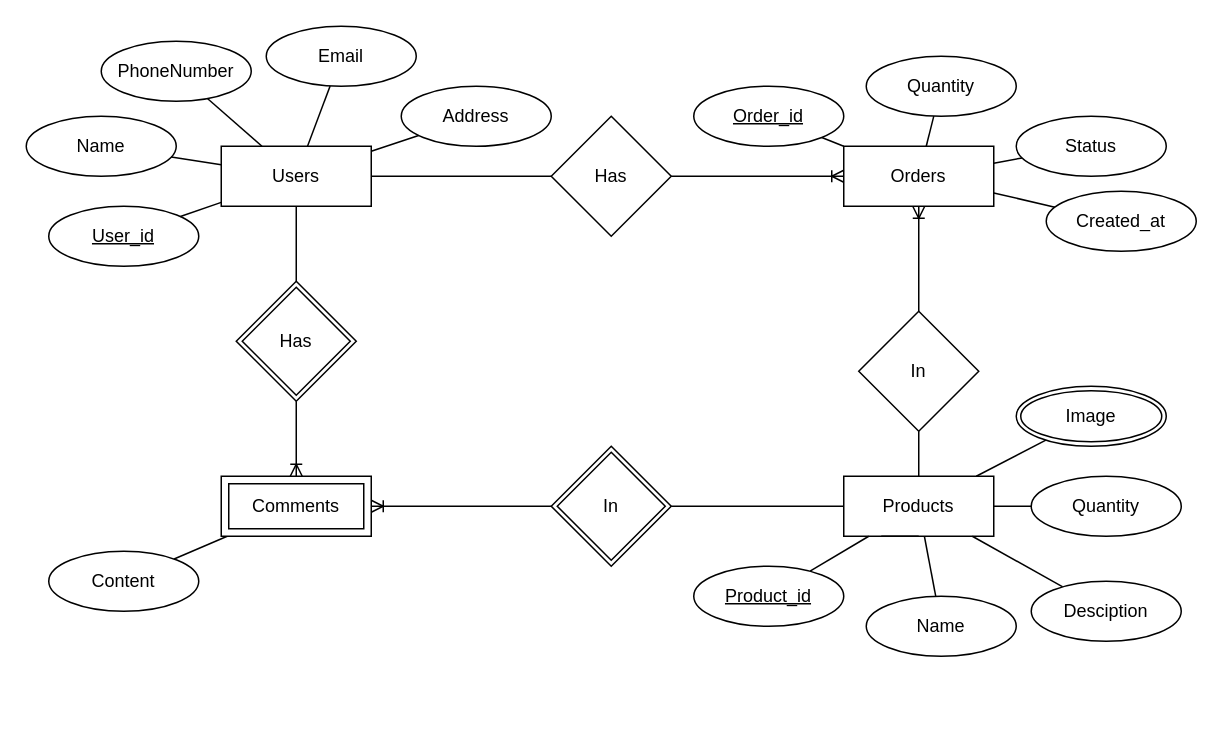
Above: page "er-cách gốc" (1 of 4) of Untitled Diagram.drawio in nguyenson66/smart_phone (draw.io), before the change. Source tidied: cells renumbered, new cells numbered last; positions are measured from the earlier drawing's top-left corner, leaving out a move shared by most shapes. Both pictures are drawn from the tidied source at 150%, with x=0, y=0 at pixel (26, 26).
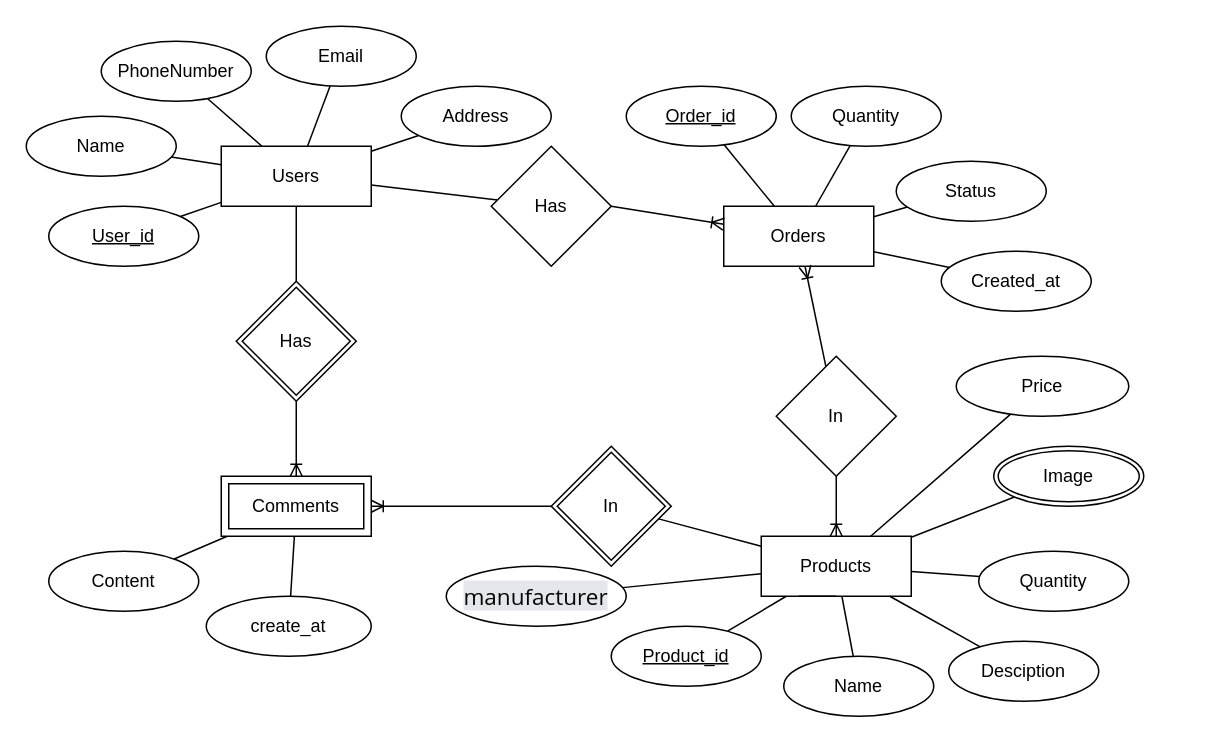
The same diagram, later.

Unchanged cells that the change refers to:
```xml
<mxCell id="44" value="Comments" style="shape=ext;margin=3;double=1;whiteSpace=wrap;html=1;align=center;direction=west;" parent="1" vertex="1">
  <mxGeometry x="130" y="300" width="100" height="40" as="geometry" />
</mxCell>
```

Diff of the diagram source:
```diff
@@
-    <mxCell id="4" style="edgeStyle=none;rounded=1;jettySize=auto;html=1;startArrow=none;startFill=0;endArrow=none;endFill=0;strokeColor=default;" parent="1" edge="1" source="5" target="41">
+    <mxCell id="4" style="edgeStyle=none;rounded=1;jettySize=auto;html=1;startArrow=ERoneToMany;startFill=0;endArrow=none;endFill=0;strokeColor=default;" parent="1" edge="1" source="5" target="41">
       <mxGeometry relative="1" as="geometry" />
     </mxCell>
+    <mxCell id="50" style="rounded=0;jettySize=auto;html=1;startArrow=none;startFill=0;endArrow=none;endFill=0;" parent="1" edge="1" source="5" target="54">
+      <mxGeometry relative="1" as="geometry" />
+    </mxCell>
+    <mxCell id="51" style="edgeStyle=none;rounded=0;jettySize=auto;html=1;startArrow=none;startFill=0;endArrow=none;endFill=0;" parent="1" edge="1" source="5" target="55">
+      <mxGeometry relative="1" as="geometry" />
+    </mxCell>
     <mxCell id="5" value="Products" style="whiteSpace=wrap;html=1;align=center;" parent="1" vertex="1">
-      <mxGeometry x="545" y="300" width="100" height="40" as="geometry" />
+      <mxGeometry x="490" y="340" width="100" height="40" as="geometry" />
     </mxCell>
     <mxCell id="6" value="Orders" style="whiteSpace=wrap;html=1;align=center;" parent="1" vertex="1">
-      <mxGeometry x="545" y="80" width="100" height="40" as="geometry" />
+      <mxGeometry x="465" y="120" width="100" height="40" as="geometry" />
     </mxCell>
@@
     <mxCell id="13" value="Product_id" style="ellipse;whiteSpace=wrap;html=1;align=center;fontStyle=4;" parent="1" vertex="1">
-      <mxGeometry x="445" y="360" width="100" height="40" as="geometry" />
+      <mxGeometry x="390" y="400" width="100" height="40" as="geometry" />
     </mxCell>
@@
     <mxCell id="15" value="Name" style="ellipse;whiteSpace=wrap;html=1;align=center;" parent="1" vertex="1">
-      <mxGeometry x="560" y="380" width="100" height="40" as="geometry" />
+      <mxGeometry x="505" y="420" width="100" height="40" as="geometry" />
     </mxCell>
@@
     <mxCell id="17" value="Desciption" style="ellipse;whiteSpace=wrap;html=1;align=center;" parent="1" vertex="1">
-      <mxGeometry x="670" y="370" width="100" height="40" as="geometry" />
+      <mxGeometry x="615" y="410" width="100" height="40" as="geometry" />
     </mxCell>
@@
     <mxCell id="19" value="Quantity" style="ellipse;whiteSpace=wrap;html=1;align=center;" parent="1" vertex="1">
-      <mxGeometry x="670" y="300" width="100" height="40" as="geometry" />
+      <mxGeometry x="635" y="350" width="100" height="40" as="geometry" />
     </mxCell>
@@
     <mxCell id="21" value="Order_id" style="ellipse;whiteSpace=wrap;html=1;align=center;fontStyle=4;" parent="1" vertex="1">
-      <mxGeometry x="445" y="40" width="100" height="40" as="geometry" />
+      <mxGeometry x="400" y="40" width="100" height="40" as="geometry" />
     </mxCell>
@@
     <mxCell id="23" value="Quantity" style="ellipse;whiteSpace=wrap;html=1;align=center;" parent="1" vertex="1">
-      <mxGeometry x="560" y="20" width="100" height="40" as="geometry" />
+      <mxGeometry x="510" y="40" width="100" height="40" as="geometry" />
     </mxCell>
@@
     <mxCell id="25" value="Status" style="ellipse;whiteSpace=wrap;html=1;align=center;" parent="1" vertex="1">
-      <mxGeometry x="660" y="60" width="100" height="40" as="geometry" />
+      <mxGeometry x="580" y="90" width="100" height="40" as="geometry" />
     </mxCell>
@@
-    <mxCell id="34" style="edgeStyle=none;rounded=1;jettySize=auto;html=1;endArrow=ERoneToMany;endFill=0;strokeColor=default;" parent="1" edge="1" source="35" target="6">
+    <mxCell id="34" style="edgeStyle=none;rounded=0;jettySize=auto;html=1;exitX=1;exitY=0.5;exitDx=0;exitDy=0;endArrow=ERoneToMany;endFill=0;" parent="1" edge="1" source="35" target="6">
       <mxGeometry relative="1" as="geometry" />
     </mxCell>
     <mxCell id="35" value="Has" style="rhombus;whiteSpace=wrap;html=1;" parent="1" vertex="1">
-      <mxGeometry x="350" y="60" width="80" height="80" as="geometry" />
+      <mxGeometry x="310" y="80" width="80" height="80" as="geometry" />
     </mxCell>
-    <mxCell id="36" style="edgeStyle=none;rounded=1;jettySize=auto;html=1;startArrow=none;startFill=0;endArrow=none;endFill=0;strokeColor=default;" parent="1" edge="1" source="37" target="6">
-      <mxGeometry relative="1" as="geometry" />
-    </mxCell>
     <mxCell id="37" value="Created_at" style="ellipse;whiteSpace=wrap;html=1;align=center;" parent="1" vertex="1">
-      <mxGeometry x="680" y="110" width="100" height="40" as="geometry" />
+      <mxGeometry x="610" y="150" width="100" height="40" as="geometry" />
     </mxCell>
@@
     <mxCell id="39" value="Image" style="ellipse;shape=doubleEllipse;margin=3;whiteSpace=wrap;html=1;align=center;" parent="1" vertex="1">
-      <mxGeometry x="660" y="240" width="100" height="40" as="geometry" />
+      <mxGeometry x="645" y="280" width="100" height="40" as="geometry" />
     </mxCell>
-    <mxCell id="40" style="edgeStyle=none;rounded=1;jettySize=auto;html=1;startArrow=none;startFill=0;endArrow=ERoneToMany;endFill=0;strokeColor=default;" parent="1" edge="1" source="41" target="6">
+    <mxCell id="40" style="rounded=0;jettySize=auto;html=1;endArrow=ERoneToMany;endFill=0;" parent="1" edge="1" source="41" target="6">
       <mxGeometry relative="1" as="geometry" />
     </mxCell>
     <mxCell id="41" value="In" style="rhombus;whiteSpace=wrap;html=1;" parent="1" vertex="1">
-      <mxGeometry x="555" y="190" width="80" height="80" as="geometry" />
+      <mxGeometry x="500" y="220" width="80" height="80" as="geometry" />
     </mxCell>
@@
+    <mxCell id="52" style="edgeStyle=none;rounded=0;jettySize=auto;html=1;startArrow=none;startFill=0;endArrow=none;endFill=0;" parent="1" edge="1" source="44" target="56">
+      <mxGeometry relative="1" as="geometry" />
+    </mxCell>
@@
+    <mxCell id="53" style="edgeStyle=none;rounded=0;jettySize=auto;html=1;startArrow=none;startFill=0;endArrow=none;endFill=0;" parent="1" edge="1" source="6" target="37">
+      <mxGeometry relative="1" as="geometry" />
+    </mxCell>
+    <mxCell id="54" value="&lt;span style=&quot;color: rgb(5 , 5 , 5) ; font-family: &amp;#34;segoe ui historic&amp;#34; , &amp;#34;segoe ui&amp;#34; , &amp;#34;helvetica&amp;#34; , &amp;#34;arial&amp;#34; , sans-serif ; font-size: 15px ; background-color: rgb(228 , 230 , 235)&quot;&gt;manufacturer&lt;/span&gt;" style="ellipse;whiteSpace=wrap;html=1;" parent="1" vertex="1">
+      <mxGeometry x="280" y="360" width="120" height="40" as="geometry" />
+    </mxCell>
+    <mxCell id="55" value="Price" style="ellipse;whiteSpace=wrap;html=1;" parent="1" vertex="1">
+      <mxGeometry x="620" y="220" width="115" height="40" as="geometry" />
+    </mxCell>
+    <mxCell id="56" value="create_at" style="ellipse;whiteSpace=wrap;html=1;" parent="1" vertex="1">
+      <mxGeometry x="120" y="380" width="110" height="40" as="geometry" />
+    </mxCell>
```
